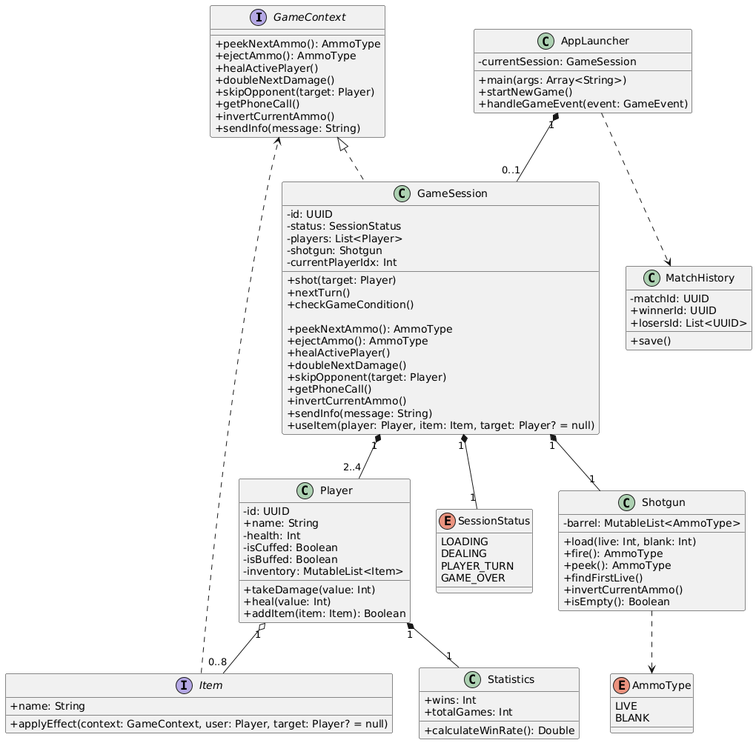
Earlier version of the PlantUML export diagram.png (ermmmaks/CasePracticeKT).
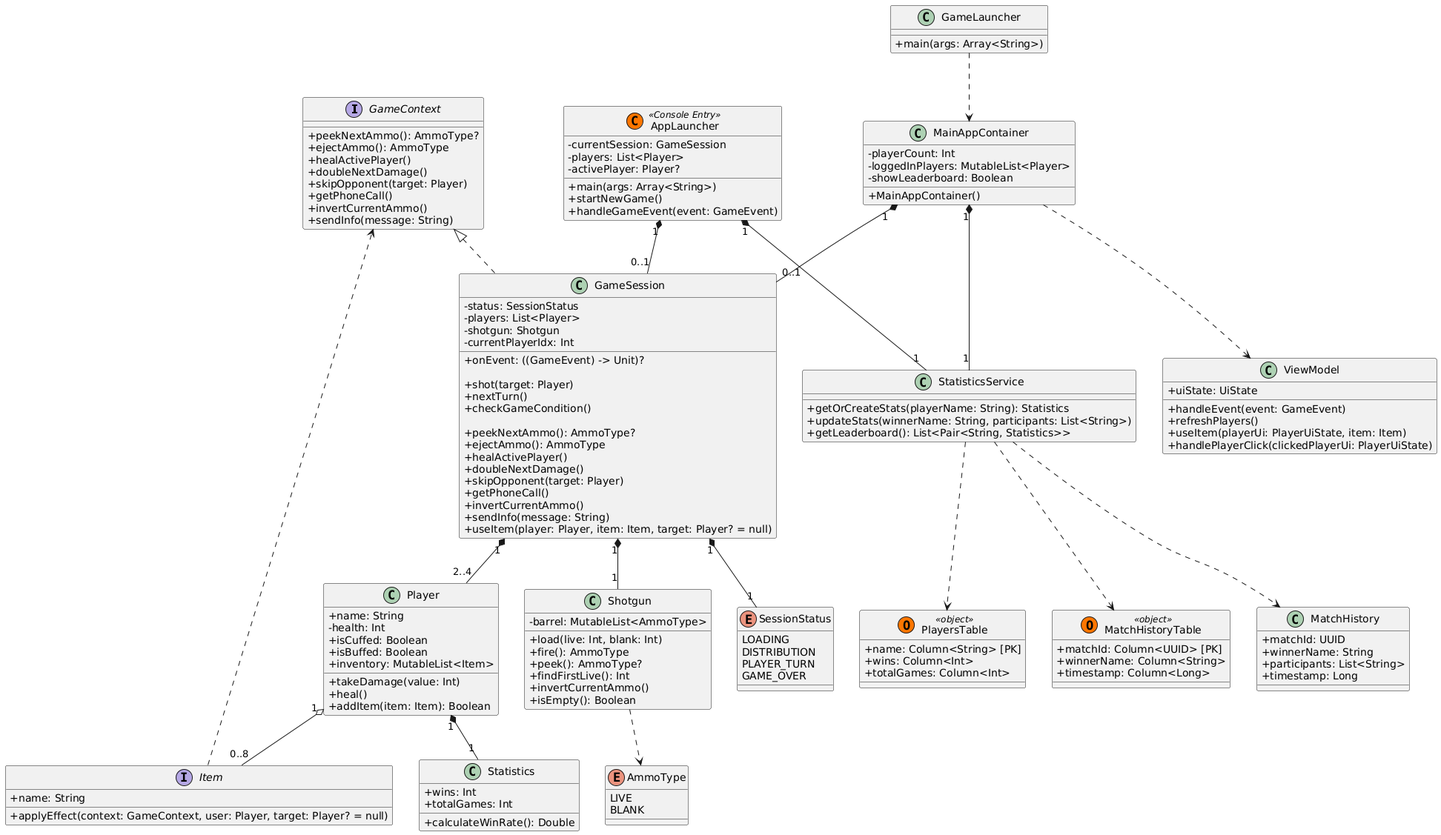
The same diagram one commit later.

Commit message:
Update diagram and description. Remove duplicate test

Change to the diagram source:
```diff
@@ -3,7 +3,7 @@
 
 
 interface GameContext {
-    + peekNextAmmo(): AmmoType
+    + peekNextAmmo(): AmmoType?
     + ejectAmmo(): AmmoType
     + healActivePlayer()
     + doubleNextDamage()
@@ -19,25 +19,47 @@
 }
 
 
-class AppLauncher {
+class GameLauncher {
+    + main(args: Array<String>)
+}
+
+class MainAppContainer {
+    - playerCount: Int
+    - loggedInPlayers: MutableList<Player>
+    - showLeaderboard: Boolean
+    + MainAppContainer()
+}
+
+class ViewModel {
+    + uiState: UiState
+    + handleEvent(event: GameEvent)
+    + refreshPlayers()
+    + useItem(playerUi: PlayerUiState, item: Item)
+    + handlePlayerClick(clickedPlayerUi: PlayerUiState)
+}
+
+
+class AppLauncher << (C,#FF7700) Console Entry >> {
     - currentSession: GameSession
+    - players: List<Player>
+    - activePlayer: Player?
     + main(args: Array<String>)
     + startNewGame()
     + handleGameEvent(event: GameEvent)
 }
 
-class GameSession implements GameContext{
-    - id: UUID
+class GameSession implements GameContext {
     - status: SessionStatus
     - players: List<Player>
     - shotgun: Shotgun
     - currentPlayerIdx: Int
+    + onEvent: ((GameEvent) -> Unit)?
 
     + shot(target: Player)
     + nextTurn()
     + checkGameCondition()
 
-    + peekNextAmmo(): AmmoType
+    + peekNextAmmo(): AmmoType?
     + ejectAmmo(): AmmoType
     + healActivePlayer()
     + doubleNextDamage()
@@ -52,23 +74,41 @@
     - barrel: MutableList<AmmoType>
     + load(live: Int, blank: Int)
     + fire(): AmmoType
-    + peek(): AmmoType
-    + findFirstLive()
+    + peek(): AmmoType?
+    + findFirstLive(): Int
     + invertCurrentAmmo()
     + isEmpty(): Boolean
 }
 
 class Player {
-    - id: UUID
     + name: String
     - health: Int
-    - isCuffed: Boolean
-    - isBuffed: Boolean
-    - inventory: MutableList<Item>
+    + isCuffed: Boolean
+    + isBuffed: Boolean
+    + inventory: MutableList<Item>
 
     + takeDamage(value: Int)
-    + heal(value: Int)
+    + heal()
     + addItem(item: Item): Boolean
+}
+
+
+class StatisticsService {
+    + getOrCreateStats(playerName: String): Statistics
+    + updateStats(winnerName: String, participants: List<String>)
+    + getLeaderboard(): List<Pair<String, Statistics>>
+}
+
+entity PlayersTable << (O,#FF7700) object >> {
+    + name: Column<String> [PK]
+    + wins: Column<Int>
+    + totalGames: Column<Int>
+}
+
+entity MatchHistoryTable << (O,#FF7700) object >> {
+    + matchId: Column<UUID> [PK]
+    + winnerName: Column<String>
+    + timestamp: Column<Long>
 }
 
 class Statistics {
@@ -78,10 +118,10 @@
 }
 
 class MatchHistory {
-    - matchId: UUID
-    + winnerId: UUID
-    + losersId: List<UUID>
-    + save()
+    + matchId: UUID
+    + winnerName: String
+    + participants: List<String>
+    + timestamp: Long
 }
 
 
@@ -92,13 +132,19 @@
 
 enum SessionStatus {
     LOADING
-    DEALING
+    DISTRIBUTION
     PLAYER_TURN
     GAME_OVER
 }
 
 
+GameLauncher ..> MainAppContainer
+MainAppContainer "1" *-- "0..1" GameSession
+MainAppContainer "1" *-- "1" StatisticsService
+MainAppContainer ..> ViewModel
+
 AppLauncher "1" *-- "0..1" GameSession
+AppLauncher "1" *-- "1" StatisticsService
 GameSession "1" *-- "2..4" Player
 GameSession "1" *-- "1" Shotgun
 GameSession "1" *-- "1" SessionStatus
@@ -106,7 +152,9 @@
 Item ..> GameContext
 Player "1" *-- "1" Statistics
 Player "1" o-- "0..8" Item
+Shotgun ..> AmmoType
 
-Shotgun ..> AmmoType
-AppLauncher ..> MatchHistory
+StatisticsService ..> PlayersTable
+StatisticsService ..> MatchHistoryTable
+StatisticsService ..> MatchHistory
 @enduml
```
